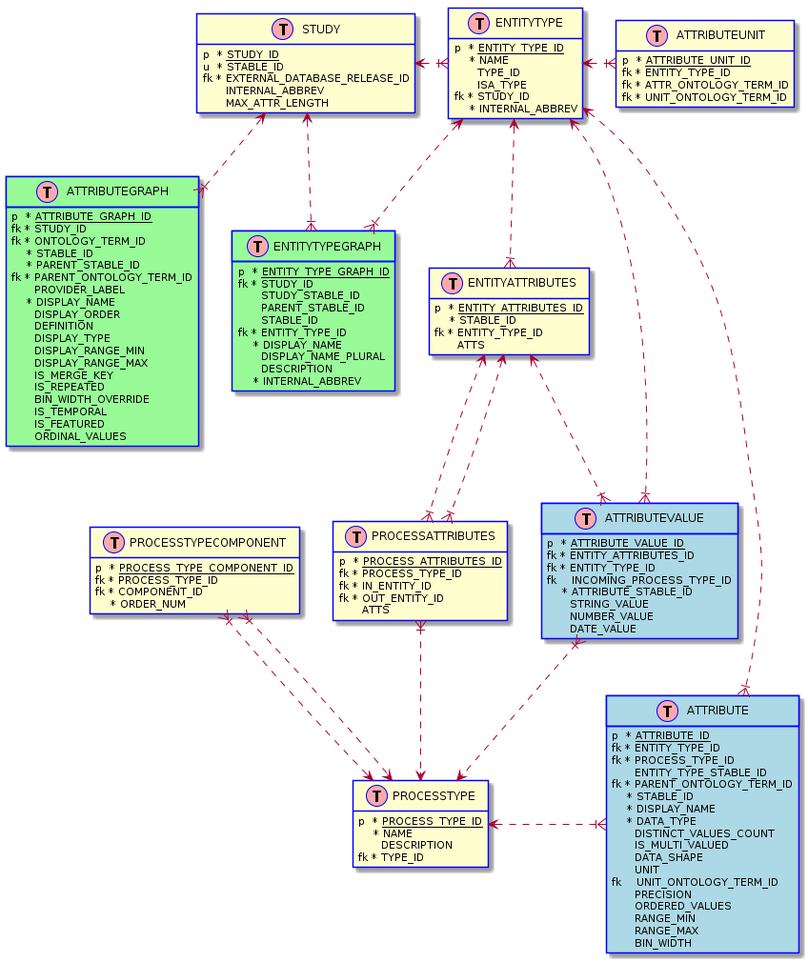
Before: project_planning/images/eda_uml.png, a diagram exported from PlantUML (jbrestel/org-docs).
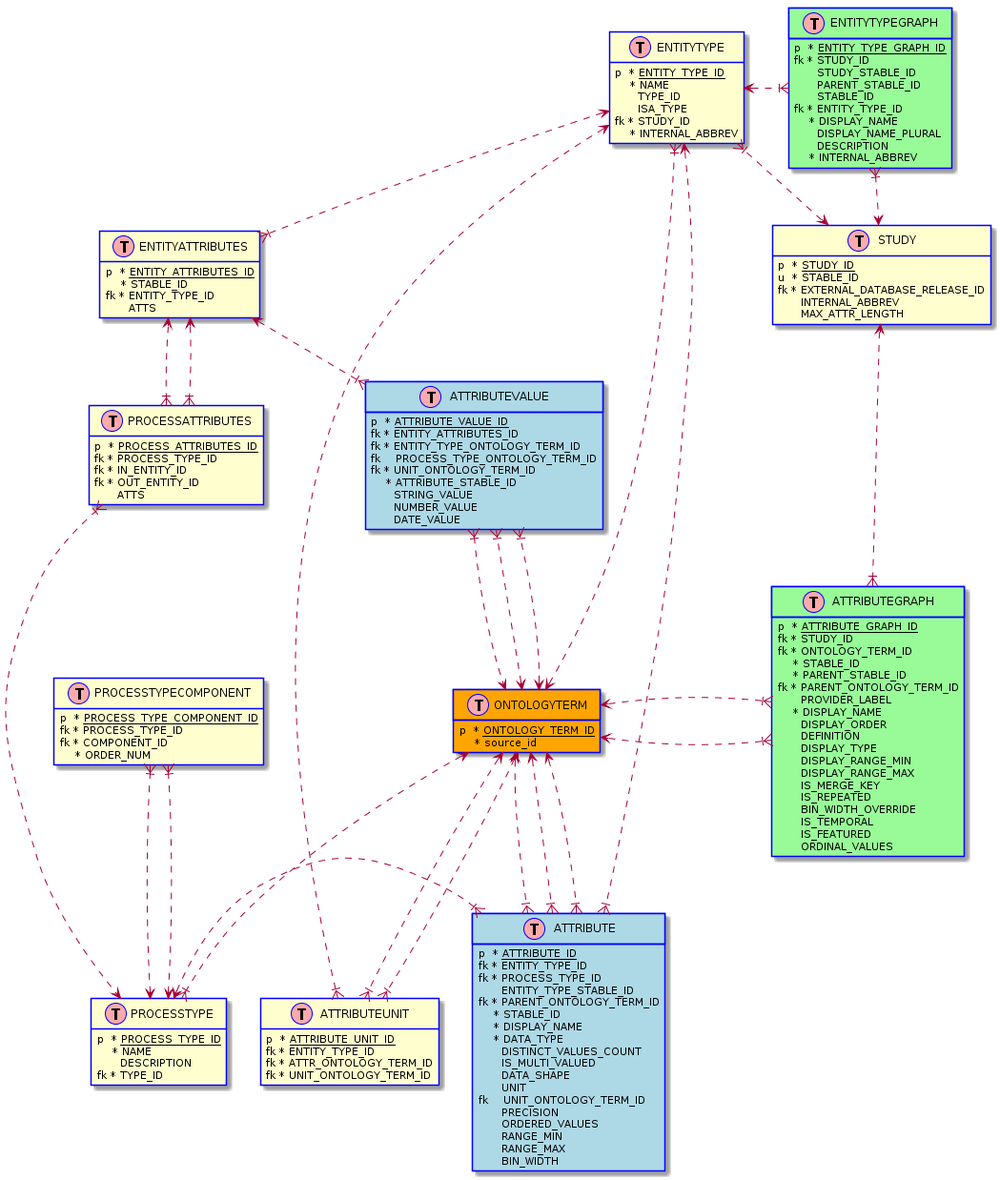
Above is the later version.

Diff of the diagram source:
```diff
@@ -60,8 +60,9 @@
 class ATTRIBUTEVALUE << (T,#FFAAAA) >> #lightblue;line:blue; {
   p <U+0020>* <u>ATTRIBUTE_VALUE_ID</u>
   fk * ENTITY_ATTRIBUTES_ID
-  fk * ENTITY_TYPE_ID
-  fk <U+0020><U+0020> INCOMING_PROCESS_TYPE_ID
+  fk * ENTITY_TYPE_ONTOLOGY_TERM_ID
+  fk <U+0020><U+0020> PROCESS_TYPE_ONTOLOGY_TERM_ID
+  fk * UNIT_ONTOLOGY_TERM_ID
   <U+0020> <U+0020> * ATTRIBUTE_STABLE_ID
   <U+0020> <U+0020> <U+0020> STRING_VALUE
   <U+0020> <U+0020> <U+0020> NUMBER_VALUE
@@ -126,21 +127,35 @@
   fk * TYPE_ID
 }
 
+class ONTOLOGYTERM << (T,#FFAAAA) >> #orange;line:blue; {
+  p <U+0020>* <u>ONTOLOGY_TERM_ID</u>
+  <U+0020> <U+0020> * source_id
+}
 
 STUDY <..|{ ATTRIBUTEGRAPH
-STUDY <..|{ ENTITYTYPEGRAPH
-STUDY <.L.|{ ENTITYTYPE
-ENTITYTYPE <..|{ ENTITYTYPEGRAPH
+STUDY <.D.|{ ENTITYTYPEGRAPH
+ENTITYTYPE <.L.|{ ENTITYTYPEGRAPH
+STUDY <..|{ ENTITYTYPE
 ENTITYATTRIBUTES <..|{ ATTRIBUTEVALUE
-ENTITYTYPE <..|{ ATTRIBUTEVALUE
+ONTOLOGYTERM <..|{ ATTRIBUTEVALUE
 ENTITYTYPE <..|{ ENTITYATTRIBUTES
 ENTITYTYPE <.L.|{ ATTRIBUTEUNIT
 ENTITYTYPE <..|{ ATTRIBUTE
 ENTITYATTRIBUTES <..|{ PROCESSATTRIBUTES
 ENTITYATTRIBUTES <..|{ PROCESSATTRIBUTES
-PROCESSTYPE <.D.|{ ATTRIBUTEVALUE
+ONTOLOGYTERM <.D.|{ ATTRIBUTEVALUE
 PROCESSTYPE <.L.|{ ATTRIBUTE
 PROCESSTYPE <.D.|{ PROCESSATTRIBUTES
 PROCESSTYPE <.D.|{ PROCESSTYPECOMPONENT
 PROCESSTYPE <.D.|{ PROCESSTYPECOMPONENT
+ONTOLOGYTERM <..|{ ENTITYTYPE
+ONTOLOGYTERM <..|{ PROCESSTYPE
+ONTOLOGYTERM <..|{ ATTRIBUTE
+ONTOLOGYTERM <..|{ ATTRIBUTE
+ONTOLOGYTERM <..|{ ATTRIBUTE
+ONTOLOGYTERM <..|{ ATTRIBUTEUNIT
+ONTOLOGYTERM <..|{ ATTRIBUTEUNIT
+ONTOLOGYTERM <..|{ ATTRIBUTEVALUE
+ONTOLOGYTERM <.L.|{ ATTRIBUTEGRAPH
+ONTOLOGYTERM <.L.|{ ATTRIBUTEGRAPH
 @enduml
```
